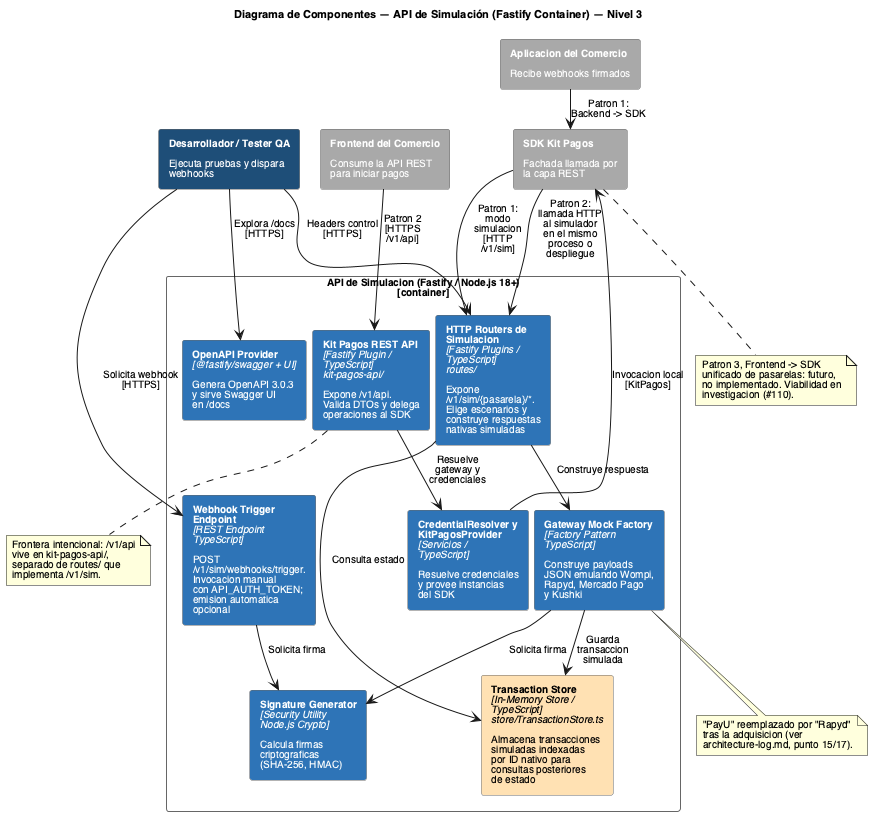
This is docs/architecture/Simulador API/Component Diagram - C4.png from PurosBrothers/Kit-Pagos-Colombia---Tesis, a PlantUML export, as it was before one commit.
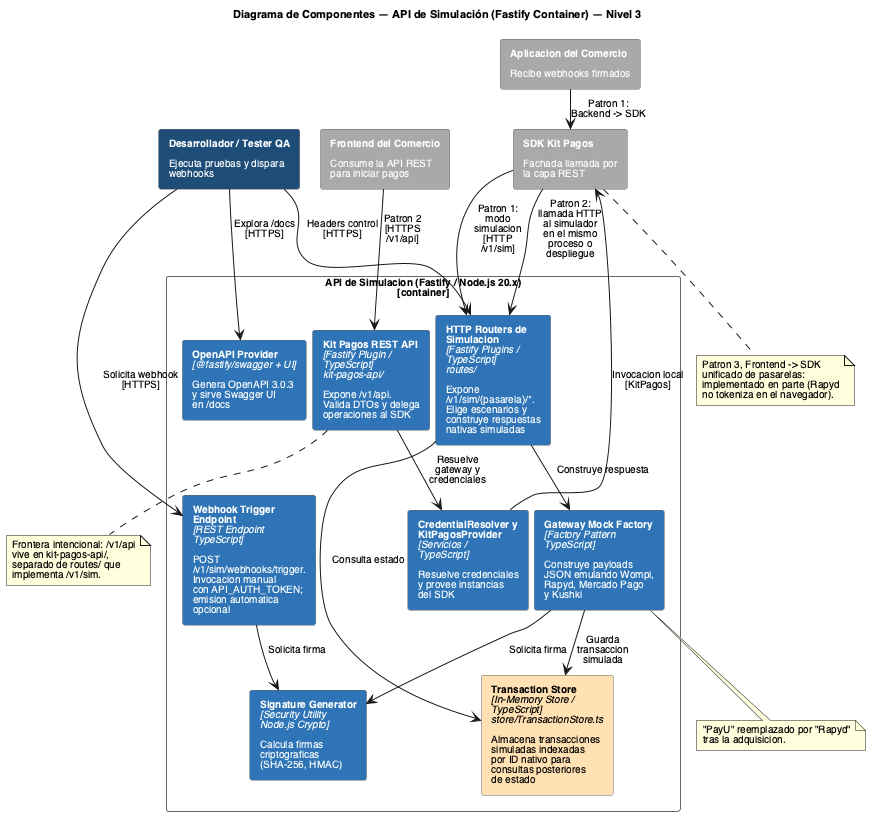
The same file after the commit.

The edit, as a diff of the source:
```diff
@@ -21,7 +21,7 @@
 rectangle "**Aplicacion del Comercio**\n\nRecibe webhooks firmados" as Comercio #A9A9A9
 rectangle "**SDK Kit Pagos**\n\nFachada llamada por\nla capa REST" as SDK #A9A9A9
 
-rectangle "API de Simulacion (Fastify / Node.js 18+)\n[container]" as System #FFFFFF;text:black {
+rectangle "API de Simulacion (Fastify / Node.js 20.x)\n[container]" as System #FFFFFF;text:black {
   rectangle "**Kit Pagos REST API**\n<i>[Fastify Plugin /</i>\n<i>TypeScript]</i>\n<i>kit-pagos-api/</i>\n\nExpone /v1/api.\nValida DTOs y delega\noperaciones al SDK" as RestApi #2E75B6
   rectangle "**HTTP Routers de**\n**Simulacion**\n<i>[Fastify Plugins /</i>\n<i>TypeScript]</i>\n<i>routes/</i>\n\nExpone\n/v1/sim/{pasarela}/*.\nElige escenarios y\nconstruye respuestas\nnativas simuladas" as Router #2E75B6
   rectangle "**CredentialResolver y**\n**KitPagosProvider**\n<i>[Servicios /</i>\n<i>TypeScript]</i>\n\nResuelve credenciales\ny provee instancias\ndel SDK" as Provider #2E75B6
@@ -57,15 +57,14 @@
 
 note bottom of SDK
   Patron 3, Frontend -> SDK
-  unificado de pasarelas: futuro,
-  no implementado. Viabilidad en
-  investigacion (#110).
+  unificado de pasarelas:
+  implementado en parte (Rapyd
+  no tokeniza en el navegador).
 end note
 
 note bottom of MockFactory
   "PayU" reemplazado por "Rapyd"
-  tras la adquisicion (ver
-  architecture-log.md, punto 15/17).
+  tras la adquisicion.
 end note
 
 @enduml
```
